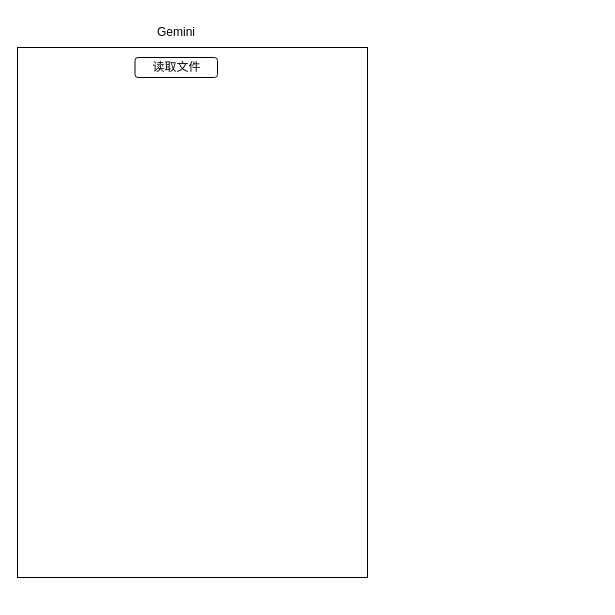
Above: geminivscompress.drawio in abasi20/drawio (draw.io), before the change. Source tidied: cells renumbered, new cells numbered last; positions are measured from the earlier drawing's top-left corner, leaving out a move shared by most shapes. Both pictures are drawn from the tidied source at 100%, with x=0, y=0 at pixel (17, 17).
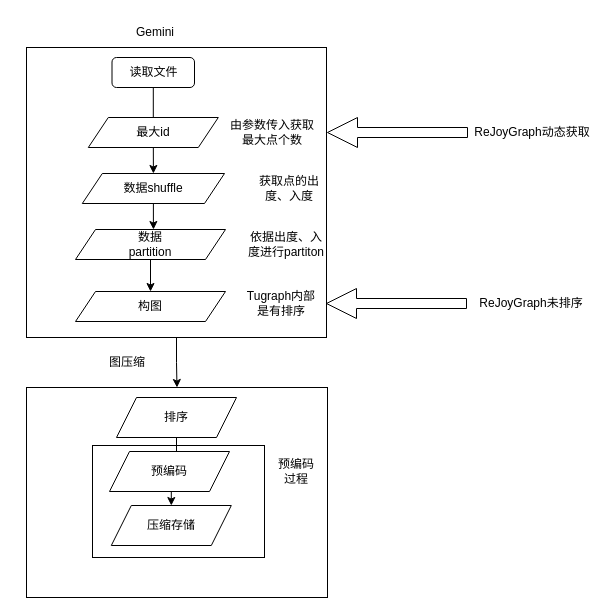
Above is the later version.

The edit, as a diff of the source:
```diff
@@
+    <mxCell id="5" style="rounded=0;whiteSpace=wrap;html=1;" parent="1" vertex="1">
+      <mxGeometry x="9" y="370" width="301" height="210" as="geometry" />
+    </mxCell>
+    <mxCell id="6" style="rounded=0;whiteSpace=wrap;html=1;" parent="1" vertex="1">
+      <mxGeometry x="75" y="428" width="172" height="112" as="geometry" />
+    </mxCell>
+    <mxCell id="7" style="edgeStyle=orthogonalEdgeStyle;rounded=0;jettySize=auto;html=1;" parent="1" edge="1" source="2" target="5">
+      <mxGeometry relative="1" as="geometry" />
+    </mxCell>
     <mxCell id="2" style="rounded=0;whiteSpace=wrap;html=1;" parent="1" vertex="1">
-      <mxGeometry y="30" width="350" height="530" as="geometry" />
+      <mxGeometry x="9" y="30" width="300" height="290" as="geometry" />
     </mxCell>
     <mxCell id="3" value="Gemini" style="text;html=1;strokeColor=none;fillColor=none;align=center;verticalAlign=middle;whiteSpace=wrap;rounded=0;" parent="1" vertex="1">
-      <mxGeometry x="128.8" width="60" height="30" as="geometry" />
+      <mxGeometry x="107.8" width="60" height="30" as="geometry" />
     </mxCell>
+    <mxCell id="8" style="edgeStyle=orthogonalEdgeStyle;rounded=0;jettySize=auto;html=1;" parent="1" edge="1" source="4" target="11">
+      <mxGeometry relative="1" as="geometry" />
+    </mxCell>
     <mxCell id="4" value="读取文件" style="rounded=1;whiteSpace=wrap;html=1;" parent="1" vertex="1">
-      <mxGeometry x="117.5" y="40" width="82.5" height="20" as="geometry" />
+      <mxGeometry x="94.5" y="40" width="82.5" height="30" as="geometry" />
     </mxCell>
+    <mxCell id="9" value="最大id" style="shape=parallelogram;perimeter=parallelogramPerimeter;whiteSpace=wrap;html=1;fixedSize=1;" parent="1" vertex="1">
+      <mxGeometry x="70.8" y="100" width="130" height="30" as="geometry" />
+    </mxCell>
+    <mxCell id="10" style="edgeStyle=orthogonalEdgeStyle;rounded=0;jettySize=auto;html=1;" parent="1" edge="1" source="11">
+      <mxGeometry relative="1" as="geometry">
+        <mxPoint x="136" y="212" as="targetPoint" />
+      </mxGeometry>
+    </mxCell>
+    <mxCell id="11" value="数据shuffle" style="shape=parallelogram;perimeter=parallelogramPerimeter;whiteSpace=wrap;html=1;fixedSize=1;" parent="1" vertex="1">
+      <mxGeometry x="64.8" y="156" width="142.2" height="30" as="geometry" />
+    </mxCell>
+    <mxCell id="12" style="edgeStyle=orthogonalEdgeStyle;rounded=0;jettySize=auto;html=1;" parent="1" edge="1" source="13" target="20">
+      <mxGeometry relative="1" as="geometry" />
+    </mxCell>
+    <mxCell id="13" value="数据&lt;br&gt;partition" style="shape=parallelogram;perimeter=parallelogramPerimeter;whiteSpace=wrap;html=1;fixedSize=1;" parent="1" vertex="1">
+      <mxGeometry x="58" y="212" width="150" height="30" as="geometry" />
+    </mxCell>
+    <mxCell id="14" value="由参数传入获取&lt;br&gt;最大点个数" style="text;html=1;strokeColor=none;fillColor=none;align=center;verticalAlign=middle;whiteSpace=wrap;rounded=0;" parent="1" vertex="1">
+      <mxGeometry x="200" y="100" width="110" height="30" as="geometry" />
+    </mxCell>
+    <mxCell id="15" value="获取点的出度、入度" style="text;html=1;strokeColor=none;fillColor=none;align=center;verticalAlign=middle;whiteSpace=wrap;rounded=0;" parent="1" vertex="1">
+      <mxGeometry x="234" y="156" width="76" height="30" as="geometry" />
+    </mxCell>
+    <mxCell id="16" value="依据出度、入度进行partiton" style="text;html=1;strokeColor=none;fillColor=none;align=center;verticalAlign=middle;whiteSpace=wrap;rounded=0;" parent="1" vertex="1">
+      <mxGeometry x="228" y="212" width="82" height="30" as="geometry" />
+    </mxCell>
+    <mxCell id="17" style="edgeStyle=orthogonalEdgeStyle;rounded=0;jettySize=auto;html=1;shape=arrow;" parent="1" edge="1" source="18" target="14">
+      <mxGeometry relative="1" as="geometry" />
+    </mxCell>
+    <mxCell id="18" value="ReJoyGraph动态获取" style="text;html=1;strokeColor=none;fillColor=none;align=center;verticalAlign=middle;whiteSpace=wrap;rounded=0;" parent="1" vertex="1">
+      <mxGeometry x="450" y="100" width="130" height="30" as="geometry" />
+    </mxCell>
+    <mxCell id="19" value="Tugraph内部是有排序" style="text;html=1;strokeColor=none;fillColor=none;align=center;verticalAlign=middle;whiteSpace=wrap;rounded=0;" parent="1" vertex="1">
+      <mxGeometry x="227" y="271" width="74" height="30" as="geometry" />
+    </mxCell>
+    <mxCell id="20" value="构图" style="shape=parallelogram;perimeter=parallelogramPerimeter;whiteSpace=wrap;html=1;fixedSize=1;" parent="1" vertex="1">
+      <mxGeometry x="58" y="274" width="150" height="30" as="geometry" />
+    </mxCell>
+    <mxCell id="21" style="edgeStyle=orthogonalEdgeStyle;rounded=0;jettySize=auto;html=1;shape=arrow;" parent="1" edge="1" source="22">
+      <mxGeometry relative="1" as="geometry">
+        <mxPoint x="309" y="286" as="targetPoint" />
+      </mxGeometry>
+    </mxCell>
+    <mxCell id="22" value="ReJoyGraph未排序" style="text;html=1;strokeColor=none;fillColor=none;align=center;verticalAlign=middle;whiteSpace=wrap;rounded=0;" parent="1" vertex="1">
+      <mxGeometry x="449" y="271" width="130" height="30" as="geometry" />
+    </mxCell>
+    <mxCell id="23" value="图压缩" style="text;html=1;strokeColor=none;fillColor=none;align=center;verticalAlign=middle;whiteSpace=wrap;rounded=0;" parent="1" vertex="1">
+      <mxGeometry x="80" y="330" width="60" height="30" as="geometry" />
+    </mxCell>
+    <mxCell id="24" style="edgeStyle=orthogonalEdgeStyle;rounded=0;jettySize=auto;html=1;" parent="1" edge="1" source="25" target="27">
+      <mxGeometry relative="1" as="geometry" />
+    </mxCell>
+    <mxCell id="25" value="排序" style="shape=parallelogram;perimeter=parallelogramPerimeter;whiteSpace=wrap;html=1;fixedSize=1;" parent="1" vertex="1">
+      <mxGeometry x="99" y="380" width="120" height="40" as="geometry" />
+    </mxCell>
+    <mxCell id="26" value="预编码" style="shape=parallelogram;perimeter=parallelogramPerimeter;whiteSpace=wrap;html=1;fixedSize=1;" parent="1" vertex="1">
+      <mxGeometry x="92" y="434" width="120" height="40" as="geometry" />
+    </mxCell>
+    <mxCell id="27" value="压缩存储" style="shape=parallelogram;perimeter=parallelogramPerimeter;whiteSpace=wrap;html=1;fixedSize=1;" parent="1" vertex="1">
+      <mxGeometry x="93.8" y="488" width="120" height="40" as="geometry" />
+    </mxCell>
+    <mxCell id="28" value="预编码&lt;br&gt;过程" style="text;html=1;strokeColor=none;fillColor=none;align=center;verticalAlign=middle;whiteSpace=wrap;rounded=0;" parent="1" vertex="1">
+      <mxGeometry x="249" y="439" width="60" height="30" as="geometry" />
+    </mxCell>
```
